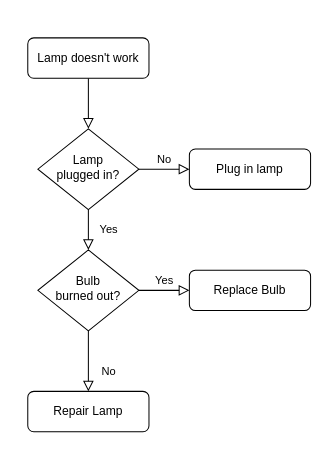
This is Untitled Diagram.drawio from aditileclerc/Capstone-Project---Gen-AI-assisted-Opinion-Mining, a draw.io file, before an edit. Source tidied: cells renumbered, new cells numbered last; positions are measured from the earlier drawing's top-left corner, leaving out a move shared by most shapes. Both pictures are drawn from the tidied source at 101%, with x=0, y=0 at pixel (27, 37).
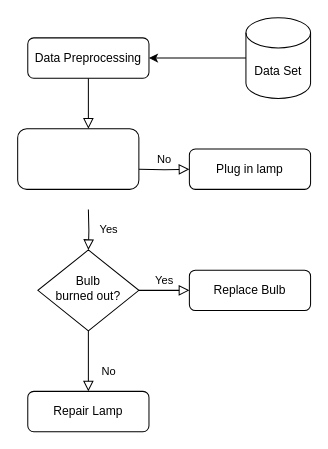
The same page after the edit.

The edit, as a diff of the source:
```diff
@@
 <mxGraphModel>
   <root>
     <mxCell id="0" />
     <mxCell id="1" parent="0" />
-    <mxCell id="2" style="rounded=0;html=1;jettySize=auto;fontSize=11;endArrow=block;endFill=0;endSize=8;strokeWidth=1;shadow=0;labelBackgroundColor=none;edgeStyle=orthogonalEdgeStyle;" parent="1" edge="1" source="3" target="6">
-      <mxGeometry relative="1" as="geometry" />
+    <mxCell id="2" style="rounded=0;html=1;jettySize=auto;fontSize=11;endArrow=block;endFill=0;endSize=8;strokeWidth=1;shadow=0;labelBackgroundColor=none;edgeStyle=orthogonalEdgeStyle;fillColor=#0B0B0B;" parent="1" edge="1" source="3">
+      <mxGeometry relative="1" as="geometry">
+        <mxPoint x="60" y="90" as="targetPoint" />
+      </mxGeometry>
     </mxCell>
-    <mxCell id="3" value="Lamp doesn't work" style="rounded=1;whiteSpace=wrap;html=1;fontSize=12;glass=0;strokeWidth=1;shadow=0;" parent="1" vertex="1">
+    <mxCell id="3" value="Data Preprocessing" style="rounded=1;whiteSpace=wrap;html=1;fontSize=12;glass=0;strokeWidth=1;shadow=0;" parent="1" vertex="1">
       <mxGeometry width="120" height="40" as="geometry" />
     </mxCell>
-    <mxCell id="4" value="Yes" style="rounded=0;html=1;jettySize=auto;fontSize=11;endArrow=block;endFill=0;endSize=8;strokeWidth=1;shadow=0;labelBackgroundColor=none;edgeStyle=orthogonalEdgeStyle;" parent="1" edge="1" source="6" target="10">
-      <mxGeometry y="20" relative="1" as="geometry" />
+    <mxCell id="4" value="Yes" style="rounded=0;html=1;jettySize=auto;fontSize=11;endArrow=block;endFill=0;endSize=8;strokeWidth=1;shadow=0;labelBackgroundColor=none;edgeStyle=orthogonalEdgeStyle;" parent="1" edge="1" target="10">
+      <mxGeometry y="20" relative="1" as="geometry">
+        <mxPoint x="60" y="170" as="sourcePoint" />
+      </mxGeometry>
     </mxCell>
-    <mxCell id="5" value="No" style="edgeStyle=orthogonalEdgeStyle;rounded=0;html=1;jettySize=auto;fontSize=11;endArrow=block;endFill=0;endSize=8;strokeWidth=1;shadow=0;labelBackgroundColor=none;" parent="1" edge="1" source="6" target="7">
-      <mxGeometry y="10" relative="1" as="geometry" />
+    <mxCell id="5" value="No" style="edgeStyle=orthogonalEdgeStyle;rounded=0;html=1;jettySize=auto;fontSize=11;endArrow=block;endFill=0;endSize=8;strokeWidth=1;shadow=0;labelBackgroundColor=none;" parent="1" edge="1" target="7">
+      <mxGeometry y="10" relative="1" as="geometry">
+        <mxPoint x="110" y="130" as="sourcePoint" />
+      </mxGeometry>
     </mxCell>
-    <mxCell id="6" value="Lamp&lt;br&gt;plugged in?" style="rhombus;whiteSpace=wrap;html=1;shadow=0;fontFamily=Helvetica;fontSize=12;align=center;strokeWidth=1;spacing=6;spacingTop=-4;" parent="1" vertex="1">
-      <mxGeometry x="10" y="90" width="100" height="80" as="geometry" />
-    </mxCell>
     <mxCell id="7" value="Plug in lamp" style="rounded=1;whiteSpace=wrap;html=1;fontSize=12;glass=0;strokeWidth=1;shadow=0;" parent="1" vertex="1">
       <mxGeometry x="160" y="110" width="120" height="40" as="geometry" />
     </mxCell>
     <mxCell id="8" value="No" style="rounded=0;html=1;jettySize=auto;fontSize=11;endArrow=block;endFill=0;endSize=8;strokeWidth=1;shadow=0;labelBackgroundColor=none;edgeStyle=orthogonalEdgeStyle;" parent="1" edge="1" source="10" target="11">
       <mxGeometry x="0.33" y="20" relative="1" as="geometry" />
     </mxCell>
     <mxCell id="9" value="Yes" style="edgeStyle=orthogonalEdgeStyle;rounded=0;html=1;jettySize=auto;fontSize=11;endArrow=block;endFill=0;endSize=8;strokeWidth=1;shadow=0;labelBackgroundColor=none;" parent="1" edge="1" source="10" target="12">
       <mxGeometry y="10" relative="1" as="geometry" />
     </mxCell>
     <mxCell id="10" value="Bulb&lt;br&gt;burned out?" style="rhombus;whiteSpace=wrap;html=1;shadow=0;fontFamily=Helvetica;fontSize=12;align=center;strokeWidth=1;spacing=6;spacingTop=-4;" parent="1" vertex="1">
       <mxGeometry x="10" y="210" width="100" height="80" as="geometry" />
     </mxCell>
     <mxCell id="11" value="Repair Lamp" style="rounded=1;whiteSpace=wrap;html=1;fontSize=12;glass=0;strokeWidth=1;shadow=0;" parent="1" vertex="1">
       <mxGeometry y="350" width="120" height="40" as="geometry" />
     </mxCell>
     <mxCell id="12" value="Replace Bulb" style="rounded=1;whiteSpace=wrap;html=1;fontSize=12;glass=0;strokeWidth=1;shadow=0;" parent="1" vertex="1">
       <mxGeometry x="160" y="230" width="120" height="40" as="geometry" />
     </mxCell>
+    <mxCell id="13" style="edgeStyle=orthogonalEdgeStyle;rounded=0;jettySize=auto;html=1;" parent="1" edge="1" source="14" target="3">
+      <mxGeometry relative="1" as="geometry" />
+    </mxCell>
+    <mxCell id="14" value="Data Set" style="shape=cylinder3;whiteSpace=wrap;html=1;boundedLbl=1;backgroundOutline=1;size=15;" parent="1" vertex="1">
+      <mxGeometry x="216" y="-20" width="64" height="80" as="geometry" />
+    </mxCell>
+    <mxCell id="15" style="rounded=1;whiteSpace=wrap;html=1;" parent="1" vertex="1">
+      <mxGeometry x="-10" y="90" width="120" height="60" as="geometry" />
+    </mxCell>
   </root>
 </mxGraphModel>
```
